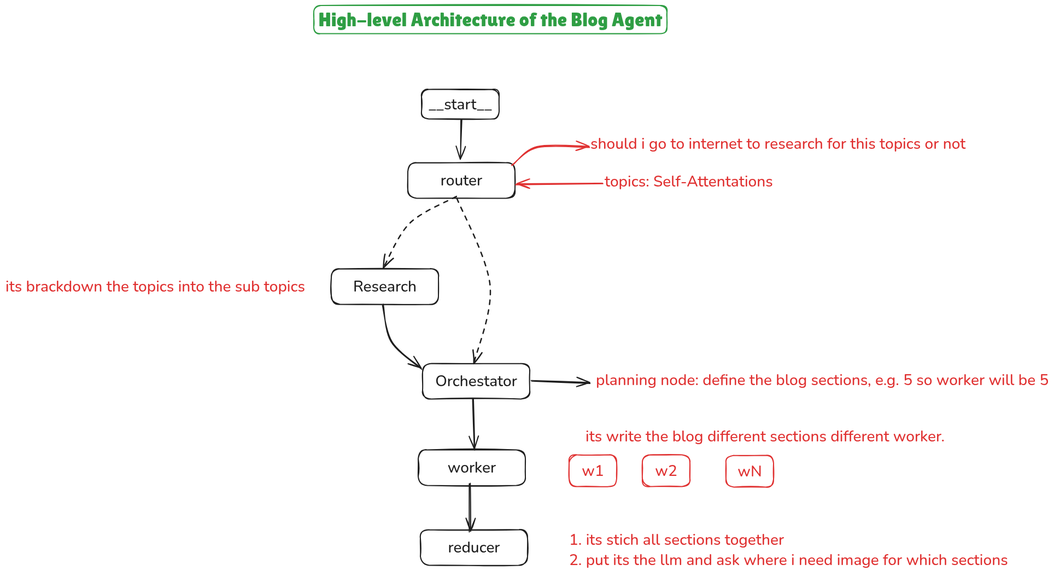
AIXerum/End-to-End-Agentic-AI-Automation-Lab keeps this Excalidraw diagram as 23-e2e-multi-agent-plan-research-write-blog/agent_architecture.excalidraw.png. Above is the earlier version. Source tidied: one line per element, renumbered; positions are measured from the earlier drawing's top-left corner, leaving out a move shared by most shapes.
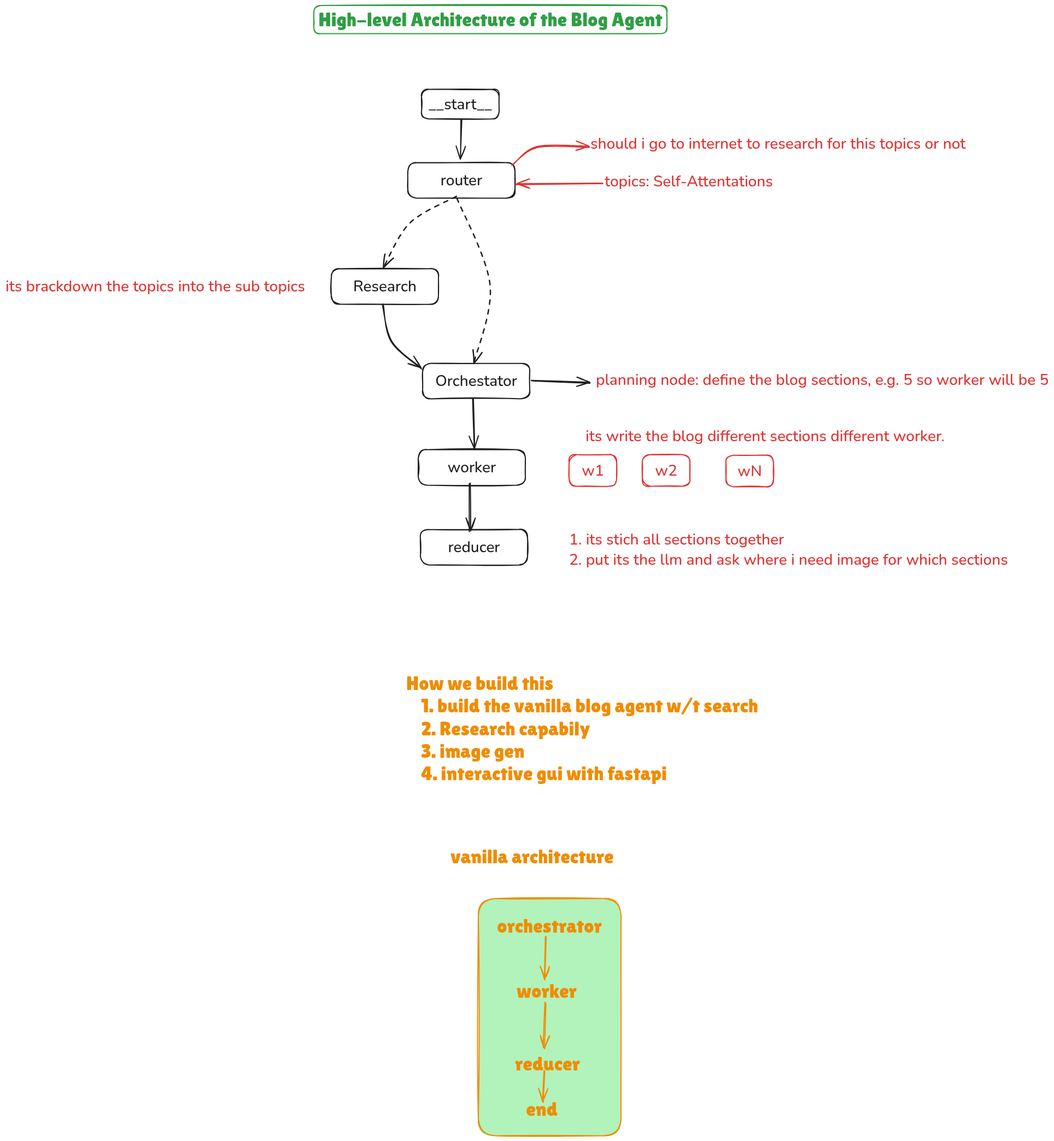
The same diagram one commit later.

Commit message:
doing plan to how to build the vanilla agent w/t search

Diff of the diagram source:
```diff
@@ -1,3 +1,4 @@
+{"id": 35, "type": "rectangle", "strokeColor": "#f08c00", "backgroundColor": "#b2f2bb", "fillStyle": "solid", "strokeWidth": 2, "roughness": 1, "round": true, "x": 865, "y": 1633, "width": 261, "height": 434}
 {"id": 0, "type": "rectangle", "strokeColor": "#1e1e1e", "strokeWidth": 2, "roughness": 1, "round": true, "x": 736, "y": 287, "width": 196, "height": 65}
 {"id": 1, "type": "text", "text": "router", "strokeColor": "#1e1e1e", "strokeWidth": 2, "roughness": 1, "fontSize": 28, "fontFamily": 6, "textAlign": "center", "verticalAlign": "middle", "inside": 0, "x": 796, "y": 301, "width": 77, "height": 38}
 {"id": 2, "type": "rectangle", "strokeColor": "#1e1e1e", "strokeWidth": 2, "roughness": 1, "round": true, "x": 596, "y": 481, "width": 196, "height": 65}
@@ -33,3 +34,11 @@
 {"id": 32, "type": "text", "text": "1. its stich all sections together\n2. put its the llm and ask where i need image for which sections", "strokeColor": "#e03131", "strokeWidth": 2, "roughness": 1, "fontSize": 28, "fontFamily": 6, "x": 1031, "y": 957, "width": 803, "height": 76}
 {"id": 33, "type": "rectangle", "strokeColor": "#2f9e44", "strokeWidth": 2, "roughness": 1, "round": true, "x": 564, "y": 0, "width": 646, "height": 51}
 {"id": 34, "type": "text", "text": "High-level Architecture of the Blog Agent", "strokeColor": "#2f9e44", "strokeWidth": 2, "roughness": 1, "fontSize": 36, "fontFamily": 7, "textAlign": "center", "verticalAlign": "middle", "inside": 33, "x": 573, "y": 5, "width": 629, "height": 41}
+{"id": 36, "type": "text", "text": "How we build this\n    1. build the vanilla blog agent w/t search\n    2. Research capabily\n    3. image gen\n    4. interactive gui with fastapi", "strokeColor": "#f08c00", "strokeWidth": 2, "roughness": 1, "fontSize": 36, "fontFamily": 7, "x": 733, "y": 1218, "width": 644, "height": 207}
+{"id": 37, "type": "text", "text": "vanilla architecture\n", "strokeColor": "#f08c00", "strokeWidth": 2, "roughness": 1, "fontSize": 36, "fontFamily": 7, "x": 814, "y": 1535, "width": 299, "height": 83}
+{"id": 38, "type": "text", "text": "orchestrator", "strokeColor": "#f08c00", "strokeWidth": 2, "roughness": 1, "fontSize": 36, "fontFamily": 7, "x": 899, "y": 1662, "width": 192, "height": 41}
+{"id": 39, "type": "text", "text": "worker", "strokeColor": "#f08c00", "strokeWidth": 2, "roughness": 1, "fontSize": 36, "fontFamily": 7, "x": 935, "y": 1781, "width": 110, "height": 41}
+{"id": 40, "type": "text", "text": "reducer\n\n   end", "strokeColor": "#f08c00", "strokeWidth": 2, "roughness": 1, "fontSize": 36, "fontFamily": 7, "x": 932, "y": 1914, "width": 119, "height": 124}
+{"id": 41, "type": "arrow", "strokeColor": "#f08c00", "strokeWidth": 2, "roughness": 1, "endArrowhead": "arrow", "round": true, "from": 38, "to": 39, "x": 989, "y": 1702, "width": 3, "height": 79, "points": [[0, 0], [-3, 79]]}
+{"id": 42, "type": "arrow", "strokeColor": "#f08c00", "strokeWidth": 2, "roughness": 1, "endArrowhead": "arrow", "round": true, "from": 39, "to": 40, "x": 988, "y": 1824, "width": 3, "height": 83, "points": [[0, 0], [-3, 83]]}
+{"id": 43, "type": "arrow", "strokeColor": "#f08c00", "strokeWidth": 2, "roughness": 1, "endArrowhead": "arrow", "round": true, "x": 986, "y": 1948, "width": 2, "height": 57, "points": [[0, 0], [-2, 57]]}
```
